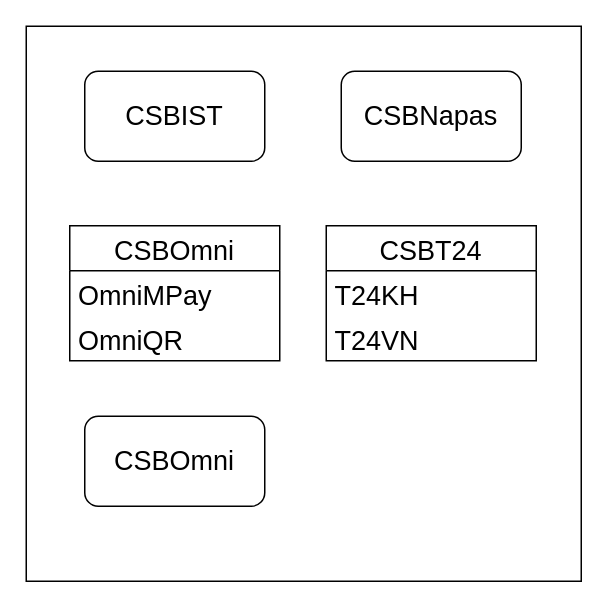
This is page "DetailCSB" (2 of 7) of Untitled Diagram.drawio from locphu95/doAnTotNghiep, a draw.io file, before an edit. Source tidied: cells renumbered, new cells numbered last; positions are measured from the earlier drawing's top-left corner, leaving out a move shared by most shapes. Both pictures are drawn from the tidied source at 150%, with x=0, y=0 at pixel (26, 26).
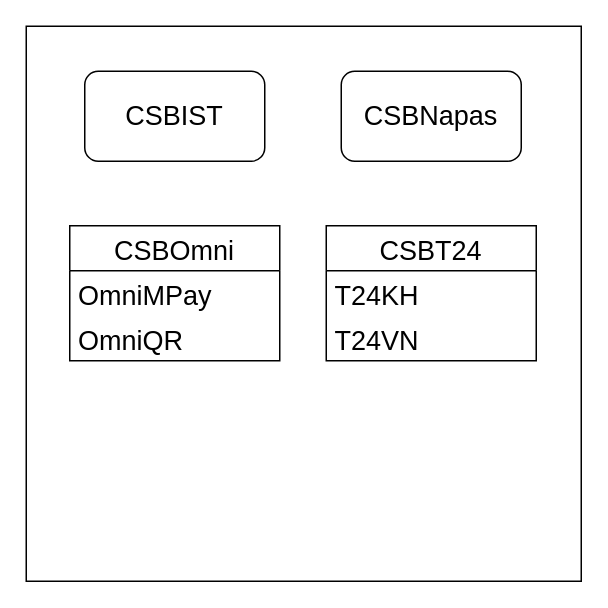
Above is the later version.

Diff of the diagram source:
```diff
@@
 <mxGraphModel>
   <root>
     <mxCell id="0" />
     <mxCell id="1" parent="0" />
     <mxCell id="2" style="whiteSpace=wrap;html=1;fontSize=18;" parent="1" vertex="1">
       <mxGeometry width="370" height="370" as="geometry" />
     </mxCell>
     <mxCell id="3" value="CSBIST" style="rounded=1;whiteSpace=wrap;html=1;fontSize=18;" parent="1" vertex="1">
       <mxGeometry x="39" y="30" width="120" height="60" as="geometry" />
     </mxCell>
     <mxCell id="4" value="CSBNapas" style="rounded=1;whiteSpace=wrap;html=1;fontSize=18;" parent="1" vertex="1">
       <mxGeometry x="210" y="30" width="120" height="60" as="geometry" />
     </mxCell>
-    <mxCell id="5" value="CSBOmni" style="rounded=1;whiteSpace=wrap;html=1;fontSize=18;" parent="1" vertex="1">
-      <mxGeometry x="39" y="260" width="120" height="60" as="geometry" />
-    </mxCell>
     <mxCell id="6" value="CSBOmni" style="swimlane;fontStyle=0;horizontal=1;startSize=30;fontSize=18;" parent="1" vertex="1">
       <mxGeometry x="29" y="133" width="140" height="90" as="geometry" />
     </mxCell>
     <mxCell id="7" value="OmniMPay" style="text;strokeColor=none;fillColor=none;align=left;verticalAlign=middle;spacingLeft=4;spacingRight=4;overflow=hidden;fontSize=18;" parent="6" vertex="1">
       <mxGeometry y="30" width="140" height="30" as="geometry" />
     </mxCell>
     <mxCell id="8" value="OmniQR" style="text;strokeColor=none;fillColor=none;align=left;verticalAlign=middle;spacingLeft=4;spacingRight=4;overflow=hidden;fontSize=18;" parent="6" vertex="1">
       <mxGeometry y="60" width="140" height="30" as="geometry" />
     </mxCell>
     <mxCell id="9" value="CSBT24" style="swimlane;fontStyle=0;horizontal=1;startSize=30;fontSize=18;" parent="1" vertex="1">
       <mxGeometry x="200" y="133" width="140" height="90" as="geometry" />
     </mxCell>
     <mxCell id="10" value="T24KH" style="text;strokeColor=none;fillColor=none;align=left;verticalAlign=middle;spacingLeft=4;spacingRight=4;overflow=hidden;fontSize=18;" parent="9" vertex="1">
       <mxGeometry y="30" width="140" height="30" as="geometry" />
     </mxCell>
     <mxCell id="11" value="T24VN" style="text;strokeColor=none;fillColor=none;align=left;verticalAlign=middle;spacingLeft=4;spacingRight=4;overflow=hidden;fontSize=18;" parent="9" vertex="1">
       <mxGeometry y="60" width="140" height="30" as="geometry" />
     </mxCell>
   </root>
 </mxGraphModel>
```
